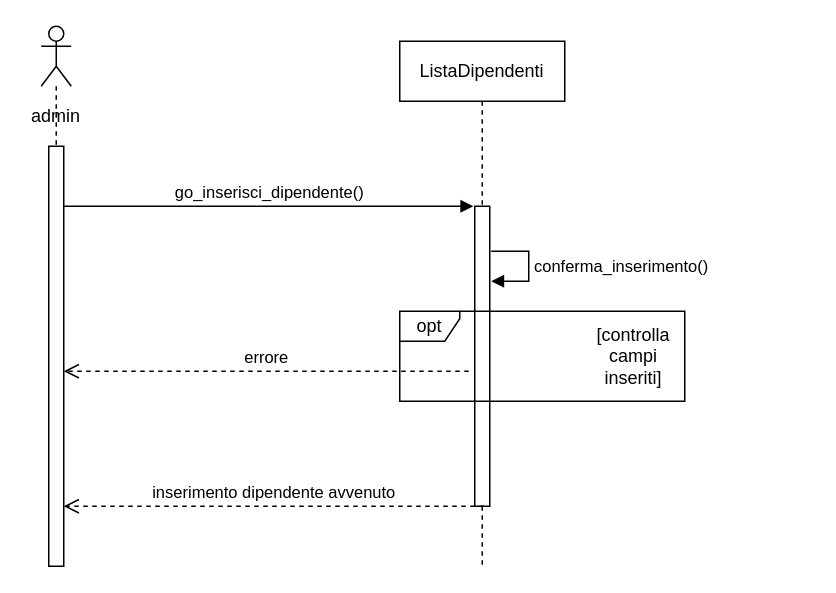
Before: Diagrammi_delle_sequenze/modificabili/diagramma_inserisci_dipendente.drawio in fd-col/ProgettoIngegneriaDelSoftware, a draw.io diagram. Source tidied: cells renumbered, new cells numbered last; positions are measured from the earlier drawing's top-left corner, leaving out a move shared by most shapes. Both pictures are drawn from the tidied source at 150%, with x=0, y=0 at pixel (26, 26).
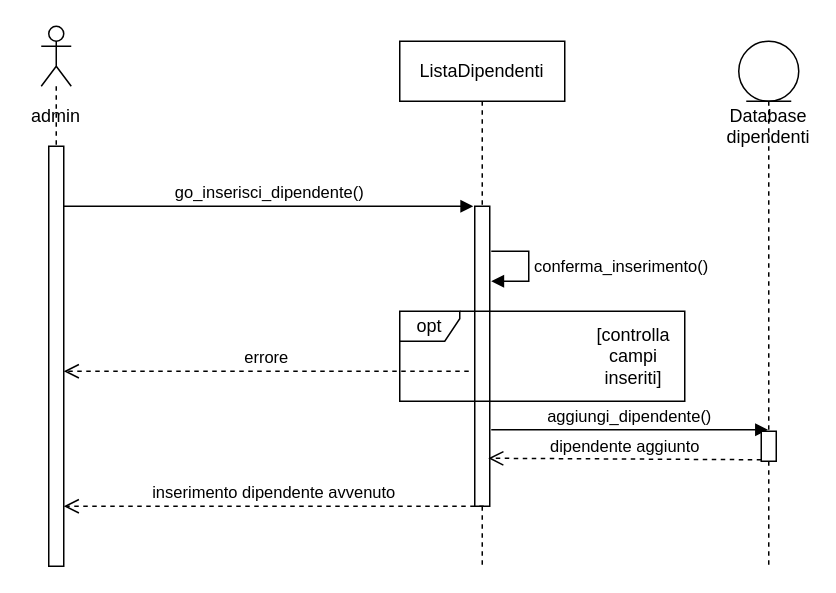
After the change.

The change refers to these unchanged cells:
```xml
<mxCell id="6" style="html=1;points=[];perimeter=orthogonalPerimeter;" parent="5" vertex="1">
  <mxGeometry x="50" y="110" width="10" height="200" as="geometry" />
</mxCell>
```

What changed in the source:
```diff
@@
+    <mxCell id="13" value="Database dipendenti" style="shape=umlLifeline;participant=umlEntity;perimeter=lifelinePerimeter;whiteSpace=wrap;html=1;verticalAlign=top;spacingTop=36;" parent="1" vertex="1">
+      <mxGeometry x="475" y="10" width="40" height="350" as="geometry" />
+    </mxCell>
+    <mxCell id="14" value="aggiungi_dipendente()" style="html=1;verticalAlign=bottom;endArrow=block;exitX=1.1;exitY=0.725;exitDx=0;exitDy=0;exitPerimeter=0;" parent="1" edge="1">
+      <mxGeometry relative="1" as="geometry">
+        <mxPoint x="310" y="269" as="sourcePoint" />
+        <mxPoint x="494.5" y="269" as="targetPoint" />
+      </mxGeometry>
+    </mxCell>
+    <mxCell id="15" style="html=1;perimeter=orthogonalPerimeter;" parent="1" vertex="1">
+      <mxGeometry x="490" y="270" width="10" height="20" as="geometry" />
+    </mxCell>
+    <mxCell id="16" value="dipendente aggiunto" style="html=1;verticalAlign=bottom;endArrow=open;dashed=1;endSize=8;entryX=0.9;entryY=0.84;entryDx=0;entryDy=0;entryPerimeter=0;" parent="1" edge="1" target="6">
+      <mxGeometry relative="1" as="geometry">
+        <mxPoint x="490" y="289" as="sourcePoint" />
+      </mxGeometry>
+    </mxCell>
```
